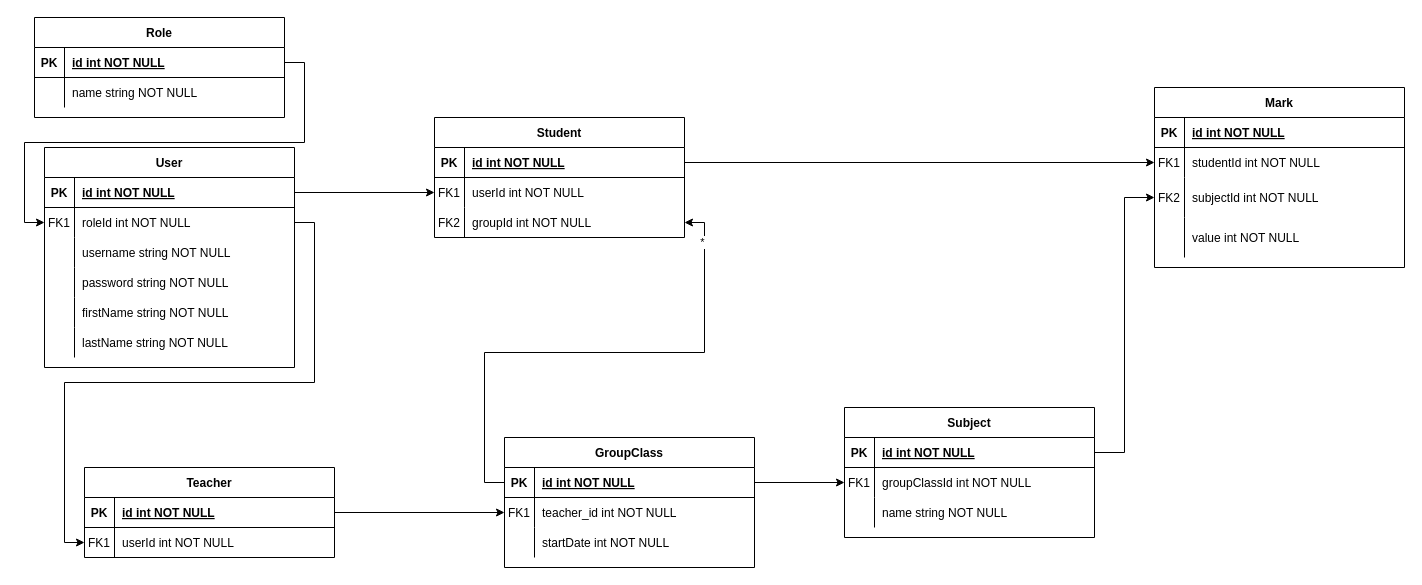
Before: dokumentacja/diagram-bazy-danych.drawio in Axori/e-school, a draw.io diagram. Source tidied: cells renumbered, new cells numbered last; positions are measured from the earlier drawing's top-left corner, leaving out a move shared by most shapes. Both pictures are drawn from the tidied source at 100%, with x=0, y=0 at pixel (34, 17).
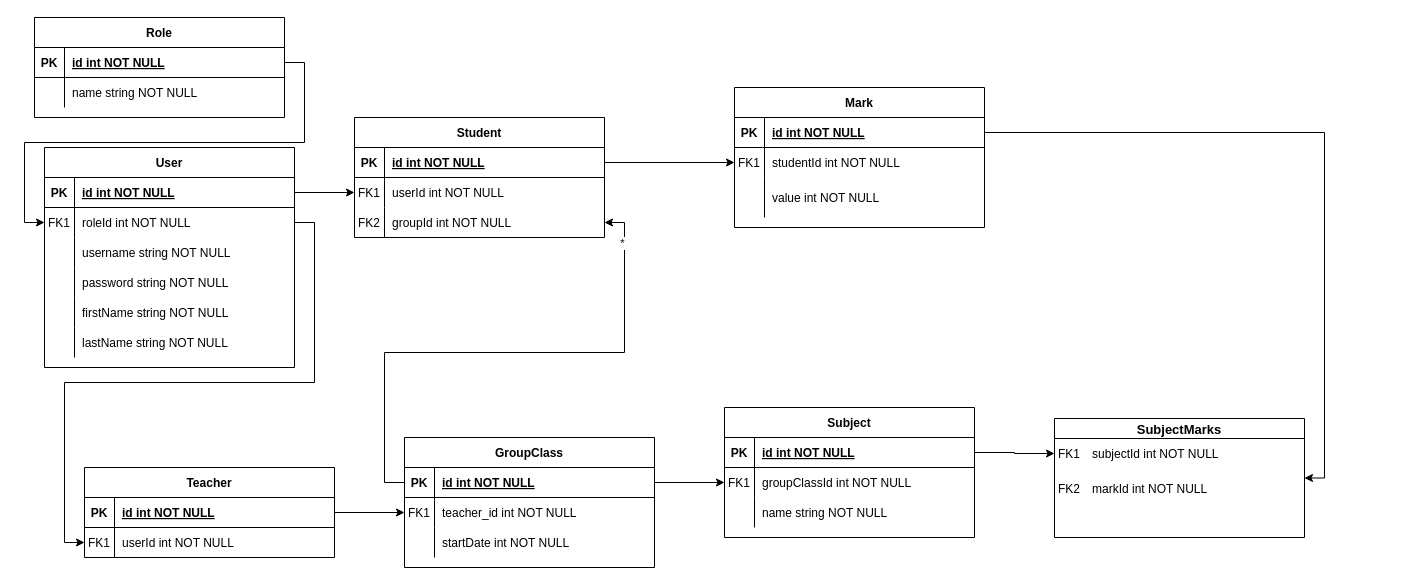
The same diagram, later.

Commit message:
updating database diagram

Unchanged cells that the change refers to:
```xml
<mxCell id="39" style="shape=partialRectangle;fillColor=none;points=[[0,0.5],[1,0.5]];portConstraint=eastwest;top=0;left=0;right=0;bottom=1;" parent="38" vertex="1">
  <mxGeometry y="30" width="250" height="30" as="geometry" />
</mxCell>
<mxCell id="63" style="shape=partialRectangle;fillColor=none;points=[[0,0.5],[1,0.5]];portConstraint=eastwest;top=0;left=0;right=0;bottom=1;" parent="62" vertex="1">
  <mxGeometry y="30" width="250" height="30" as="geometry" />
</mxCell>
```

Change to the diagram source:
```diff
@@
     <mxCell id="21" value="GroupClass" style="shape=table;startSize=30;childLayout=tableLayout;rowLines=0;fontStyle=1;align=center;" parent="1" vertex="1">
-      <mxGeometry x="470" y="420" width="250" height="130" as="geometry" />
+      <mxGeometry x="370" y="420" width="250" height="130" as="geometry" />
     </mxCell>
@@
     <mxCell id="38" value="Subject" style="shape=table;startSize=30;childLayout=tableLayout;rowLines=0;fontStyle=1;align=center;" parent="1" vertex="1">
-      <mxGeometry x="810" y="390" width="250" height="130" as="geometry" />
+      <mxGeometry x="690" y="390" width="250" height="130" as="geometry" />
     </mxCell>
@@
     <mxCell id="49" value="Student" style="shape=table;startSize=30;childLayout=tableLayout;rowLines=0;fontStyle=1;align=center;" parent="1" vertex="1">
-      <mxGeometry x="400" y="100" width="250" height="120" as="geometry" />
+      <mxGeometry x="320" y="100" width="250" height="120" as="geometry" />
     </mxCell>
@@
     <mxCell id="62" value="Mark" style="shape=table;startSize=30;childLayout=tableLayout;rowLines=0;fontStyle=1;align=center;" parent="1" vertex="1">
-      <mxGeometry x="1120" y="70" width="250" height="180" as="geometry" />
+      <mxGeometry x="700" y="70" width="250" height="140" as="geometry" />
     </mxCell>
@@
-    <mxCell id="69" style="shape=partialRectangle;fillColor=none;points=[[0,0.5],[1,0.5]];portConstraint=eastwest;top=0;left=0;right=0;bottom=0;" parent="62" vertex="1">
-      <mxGeometry y="90" width="250" height="40" as="geometry" />
-    </mxCell>
-    <mxCell id="70" value="FK2" style="shape=partialRectangle;overflow=hidden;fillColor=none;top=0;left=0;bottom=0;right=0;" parent="69" vertex="1">
-      <mxGeometry width="30" height="40" as="geometry" />
-    </mxCell>
-    <mxCell id="71" value="subjectId int NOT NULL" style="shape=partialRectangle;overflow=hidden;fillColor=none;top=0;left=0;bottom=0;right=0;align=left;spacingLeft=6;" parent="69" vertex="1">
-      <mxGeometry x="30" width="220" height="40" as="geometry" />
-    </mxCell>
     <mxCell id="72" style="shape=partialRectangle;fillColor=none;top=0;left=0;right=0;bottom=0;" parent="62" vertex="1">
-      <mxGeometry y="130" width="250" height="40" as="geometry" />
+      <mxGeometry y="90" width="250" height="40" as="geometry" />
     </mxCell>
@@
-    <mxCell id="76" style="edgeStyle=orthogonalEdgeStyle;rounded=0;jettySize=auto;html=1;exitX=1;exitY=0.5;exitDx=0;exitDy=0;entryX=0;entryY=0.5;entryDx=0;entryDy=0;" parent="1" edge="1" source="39" target="69">
+    <mxCell id="76" style="edgeStyle=orthogonalEdgeStyle;rounded=0;jettySize=auto;html=1;exitX=1;exitY=0.5;exitDx=0;exitDy=0;entryX=0;entryY=0.5;entryDx=0;entryDy=0;" parent="1" edge="1" source="39" target="88">
       <mxGeometry relative="1" as="geometry" />
     </mxCell>
@@
+    <mxCell id="87" value="SubjectMarks" style="swimlane;labelBorderColor=none;strokeColor=default;startSize=20;spacing=8;spacingTop=0;fontSize=13;" parent="1" vertex="1">
+      <mxGeometry x="1020" y="401" width="250" height="119" as="geometry" />
+    </mxCell>
+    <mxCell id="88" style="shape=partialRectangle;fillColor=none;points=[[0,0.5],[1,0.5]];portConstraint=eastwest;top=0;left=0;right=0;bottom=0;" parent="87" vertex="1">
+      <mxGeometry y="20" width="250" height="30" as="geometry" />
+    </mxCell>
+    <mxCell id="89" value="FK1" style="shape=partialRectangle;overflow=hidden;fillColor=none;top=0;left=0;bottom=0;right=0;" parent="88" vertex="1">
+      <mxGeometry width="30" height="30" as="geometry" />
+    </mxCell>
+    <mxCell id="71" value="subjectId int NOT NULL" style="shape=partialRectangle;overflow=hidden;fillColor=none;top=0;left=0;bottom=0;right=0;align=left;spacingLeft=6;" parent="88" vertex="1">
+      <mxGeometry x="30" width="220" height="30" as="geometry" />
+    </mxCell>
+    <mxCell id="70" value="FK2" style="shape=partialRectangle;overflow=hidden;fillColor=none;top=0;left=0;bottom=0;right=0;" parent="87" vertex="1">
+      <mxGeometry y="50" width="30" height="40" as="geometry" />
+    </mxCell>
+    <mxCell id="90" value="markId int NOT NULL" style="shape=partialRectangle;overflow=hidden;fillColor=none;top=0;left=0;bottom=0;right=0;align=left;spacingLeft=6;" parent="87" vertex="1">
+      <mxGeometry x="30" y="50" width="220" height="40" as="geometry" />
+    </mxCell>
+    <mxCell id="91" style="edgeStyle=orthogonalEdgeStyle;rounded=0;jettySize=auto;html=1;exitX=1;exitY=0.5;exitDx=0;exitDy=0;entryX=1;entryY=0.5;entryDx=0;entryDy=0;fontSize=13;" parent="1" edge="1" source="63" target="87">
+      <mxGeometry relative="1" as="geometry" />
+    </mxCell>
```
